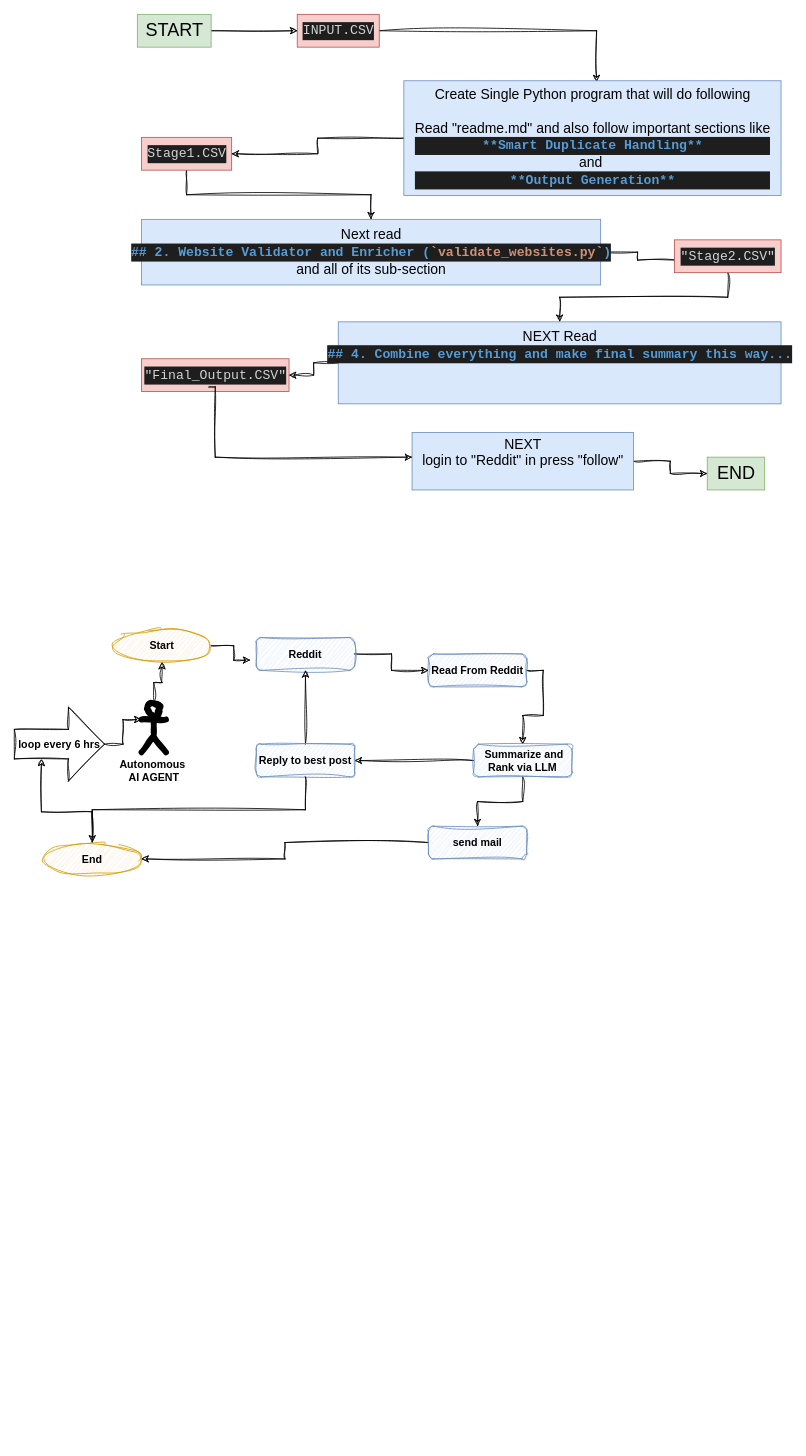
Above: tryPEN-Tool.drawio in anjali52deb/draw-io (draw.io), before the change. Source tidied: cells renumbered, new cells numbered last; positions are measured from the earlier drawing's top-left corner, leaving out a move shared by most shapes. Both pictures are drawn from the tidied source at 82%, with x=0, y=0 at pixel (14, 14).
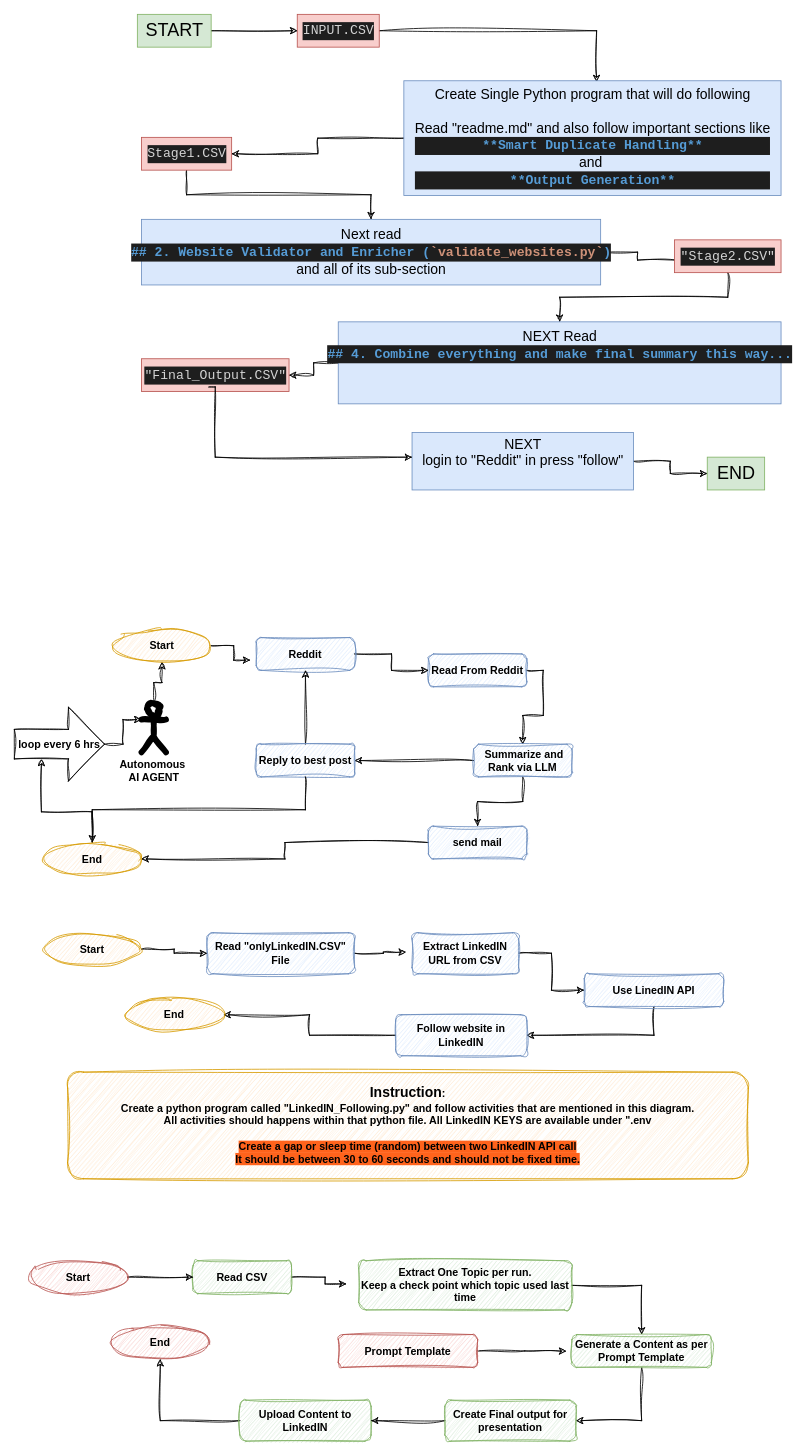
The same diagram, later.

The edit, as a diff of the source:
```diff
@@
+    <mxCell id="41" style="edgeStyle=orthogonalEdgeStyle;rounded=0;sketch=1;hachureGap=4;jiggle=2;curveFitting=1;jettySize=auto;html=1;fontFamily=Architects Daughter;entryX=-0.058;entryY=0.471;entryDx=0;entryDy=0;entryPerimeter=0;" parent="1" edge="1" source="42" target="45">
+      <mxGeometry relative="1" as="geometry" />
+    </mxCell>
+    <mxCell id="42" value="Read &quot;onlyLinkedIN.CSV&quot; File" style="rounded=1;whiteSpace=wrap;html=1;sketch=1;hachureGap=4;jiggle=2;curveFitting=1;fontFamily=Helvetica;fontSize=13;fontStyle=1;fillColor=#dae8fc;strokeColor=#6c8ebf;" parent="1" vertex="1">
+      <mxGeometry x="235" y="1120" width="180" height="50" as="geometry" />
+    </mxCell>
+    <mxCell id="43" style="edgeStyle=orthogonalEdgeStyle;rounded=0;sketch=1;hachureGap=4;jiggle=2;curveFitting=1;jettySize=auto;html=1;fontFamily=Architects Daughter;exitX=0.5;exitY=1;exitDx=0;exitDy=0;entryX=1;entryY=0.5;entryDx=0;entryDy=0;" parent="1" edge="1" source="51" target="47">
+      <mxGeometry relative="1" as="geometry" />
+    </mxCell>
+    <mxCell id="44" style="edgeStyle=orthogonalEdgeStyle;rounded=0;sketch=1;hachureGap=4;jiggle=2;curveFitting=1;jettySize=auto;html=1;fontFamily=Architects Daughter;" parent="1" edge="1" source="45" target="51">
+      <mxGeometry relative="1" as="geometry" />
+    </mxCell>
+    <mxCell id="45" value="Extract LinkedIN URL from CSV" style="rounded=1;whiteSpace=wrap;html=1;sketch=1;hachureGap=4;jiggle=2;curveFitting=1;fontFamily=Helvetica;fontSize=13;fontStyle=1;fillColor=#dae8fc;strokeColor=#6c8ebf;" parent="1" vertex="1">
+      <mxGeometry x="485" y="1120" width="130" height="50" as="geometry" />
+    </mxCell>
+    <mxCell id="46" style="edgeStyle=orthogonalEdgeStyle;rounded=0;sketch=1;hachureGap=4;jiggle=2;curveFitting=1;jettySize=auto;html=1;fontFamily=Architects Daughter;" parent="1" edge="1" source="47" target="50">
+      <mxGeometry relative="1" as="geometry" />
+    </mxCell>
+    <mxCell id="47" value="Follow website in LinkedIN" style="rounded=1;whiteSpace=wrap;html=1;sketch=1;hachureGap=4;jiggle=2;curveFitting=1;fontFamily=Helvetica;fontSize=13;fontStyle=1;fillColor=#dae8fc;strokeColor=#6c8ebf;" parent="1" vertex="1">
+      <mxGeometry x="465" y="1220" width="160" height="50" as="geometry" />
+    </mxCell>
+    <mxCell id="48" style="edgeStyle=orthogonalEdgeStyle;rounded=0;sketch=1;hachureGap=4;jiggle=2;curveFitting=1;jettySize=auto;html=1;fontFamily=Architects Daughter;" parent="1" edge="1" source="49" target="42">
+      <mxGeometry relative="1" as="geometry" />
+    </mxCell>
+    <mxCell id="49" value="Start" style="ellipse;whiteSpace=wrap;html=1;sketch=1;hachureGap=4;jiggle=2;curveFitting=1;fontFamily=Helvetica;fontSize=13;fontStyle=1;fillColor=#ffe6cc;strokeColor=#d79b00;" parent="1" vertex="1">
+      <mxGeometry x="35" y="1120" width="120" height="40" as="geometry" />
+    </mxCell>
+    <mxCell id="50" value="End" style="ellipse;whiteSpace=wrap;html=1;sketch=1;hachureGap=4;jiggle=2;curveFitting=1;fontFamily=Helvetica;fontSize=13;fontStyle=1;fillColor=#ffe6cc;strokeColor=#d79b00;" parent="1" vertex="1">
+      <mxGeometry x="135" y="1200" width="120" height="40" as="geometry" />
+    </mxCell>
+    <mxCell id="51" value="Use LinedIN API" style="rounded=1;whiteSpace=wrap;html=1;sketch=1;hachureGap=4;jiggle=2;curveFitting=1;fontFamily=Helvetica;fontSize=13;fontStyle=1;fillColor=#dae8fc;strokeColor=#6c8ebf;" parent="1" vertex="1">
+      <mxGeometry x="695" y="1170" width="170" height="40" as="geometry" />
+    </mxCell>
+    <mxCell id="52" value="&lt;div&gt;&lt;font style=&quot;font-size: 17px;&quot;&gt;Instruction&lt;/font&gt;:&lt;/div&gt;&lt;div&gt;Create a python program called &quot;LinkedIN_Following.py&quot; and follow activities that are mentioned in this diagram.&lt;/div&gt;&lt;div&gt;All activities should happens within that python file. All LinkedIN KEYS are available under &quot;.env&lt;/div&gt;&lt;div&gt;&lt;span style=&quot;background-color: light-dark(#ffffff, var(--ge-dark-color, #121212)); color: rgb(0, 0, 0);&quot;&gt;&lt;br&gt;&lt;/span&gt;&lt;/div&gt;&lt;div&gt;&lt;span style=&quot;color: rgb(0, 0, 0); background-color: rgb(255, 99, 28);&quot;&gt;Create a gap or sleep time (random) between two LinkedIN API call&lt;br&gt;It should be between 30 to 60 seconds and should not be fixed time.&lt;/span&gt;&lt;/div&gt;" style="rounded=1;whiteSpace=wrap;html=1;sketch=1;hachureGap=4;jiggle=2;curveFitting=1;fontFamily=Helvetica;fontSize=13;fontStyle=1;fillColor=#ffe6cc;strokeColor=#d79b00;" parent="1" vertex="1">
+      <mxGeometry x="65" y="1290" width="830" height="130" as="geometry" />
+    </mxCell>
+    <mxCell id="53" style="edgeStyle=orthogonalEdgeStyle;rounded=0;sketch=1;hachureGap=4;jiggle=2;curveFitting=1;jettySize=auto;html=1;fontFamily=Architects Daughter;entryX=-0.058;entryY=0.471;entryDx=0;entryDy=0;entryPerimeter=0;" parent="1" edge="1" source="54" target="57">
+      <mxGeometry relative="1" as="geometry" />
+    </mxCell>
+    <mxCell id="54" value="Read CSV" style="rounded=1;whiteSpace=wrap;html=1;sketch=1;hachureGap=4;jiggle=2;curveFitting=1;fontFamily=Helvetica;fontSize=13;fontStyle=1;fillColor=#d5e8d4;strokeColor=#82b366;" parent="1" vertex="1">
+      <mxGeometry x="218" y="1520" width="120" height="40" as="geometry" />
+    </mxCell>
+    <mxCell id="55" style="edgeStyle=orthogonalEdgeStyle;rounded=0;sketch=1;hachureGap=4;jiggle=2;curveFitting=1;jettySize=auto;html=1;fontFamily=Architects Daughter;exitX=0.5;exitY=1;exitDx=0;exitDy=0;entryX=1;entryY=0.5;entryDx=0;entryDy=0;" parent="1" edge="1" source="63" target="65">
+      <mxGeometry relative="1" as="geometry" />
+    </mxCell>
+    <mxCell id="56" style="edgeStyle=orthogonalEdgeStyle;rounded=0;sketch=1;hachureGap=4;jiggle=2;curveFitting=1;jettySize=auto;html=1;fontFamily=Architects Daughter;exitX=1;exitY=0.5;exitDx=0;exitDy=0;" parent="1" edge="1" source="57" target="63">
+      <mxGeometry relative="1" as="geometry" />
+    </mxCell>
+    <mxCell id="57" value="Extract One Topic per run.&lt;br&gt;Keep a check point which topic used last time" style="rounded=1;whiteSpace=wrap;html=1;sketch=1;hachureGap=4;jiggle=2;curveFitting=1;fontFamily=Helvetica;fontSize=13;fontStyle=1;fillColor=#d5e8d4;strokeColor=#82b366;" parent="1" vertex="1">
+      <mxGeometry x="420" y="1520" width="260" height="60" as="geometry" />
+    </mxCell>
+    <mxCell id="58" style="edgeStyle=orthogonalEdgeStyle;rounded=0;sketch=1;hachureGap=4;jiggle=2;curveFitting=1;jettySize=auto;html=1;fontFamily=Architects Daughter;" parent="1" edge="1" source="59" target="62">
+      <mxGeometry relative="1" as="geometry" />
+    </mxCell>
+    <mxCell id="59" value="Upload Content to LinkedIN" style="rounded=1;whiteSpace=wrap;html=1;sketch=1;hachureGap=4;jiggle=2;curveFitting=1;fontFamily=Helvetica;fontSize=13;fontStyle=1;fillColor=#d5e8d4;strokeColor=#82b366;" parent="1" vertex="1">
+      <mxGeometry x="275" y="1690" width="160" height="50" as="geometry" />
+    </mxCell>
+    <mxCell id="60" style="edgeStyle=orthogonalEdgeStyle;rounded=0;sketch=1;hachureGap=4;jiggle=2;curveFitting=1;jettySize=auto;html=1;fontFamily=Architects Daughter;" parent="1" edge="1" source="61" target="54">
+      <mxGeometry relative="1" as="geometry" />
+    </mxCell>
+    <mxCell id="61" value="Start" style="ellipse;whiteSpace=wrap;html=1;sketch=1;hachureGap=4;jiggle=2;curveFitting=1;fontFamily=Helvetica;fontSize=13;fontStyle=1;fillColor=#f8cecc;strokeColor=#b85450;" parent="1" vertex="1">
+      <mxGeometry x="18" y="1520" width="120" height="40" as="geometry" />
+    </mxCell>
+    <mxCell id="62" value="End" style="ellipse;whiteSpace=wrap;html=1;sketch=1;hachureGap=4;jiggle=2;curveFitting=1;fontFamily=Helvetica;fontSize=13;fontStyle=1;fillColor=#f8cecc;strokeColor=#b85450;" parent="1" vertex="1">
+      <mxGeometry x="118" y="1600" width="120" height="40" as="geometry" />
+    </mxCell>
+    <mxCell id="63" value="Generate a Content as per Prompt Template" style="rounded=1;whiteSpace=wrap;html=1;sketch=1;hachureGap=4;jiggle=2;curveFitting=1;fontFamily=Helvetica;fontSize=13;fontStyle=1;fillColor=#d5e8d4;strokeColor=#82b366;" parent="1" vertex="1">
+      <mxGeometry x="680" y="1610" width="170" height="40" as="geometry" />
+    </mxCell>
+    <mxCell id="64" style="edgeStyle=orthogonalEdgeStyle;rounded=0;sketch=1;hachureGap=4;jiggle=2;curveFitting=1;jettySize=auto;html=1;fontFamily=Architects Daughter;" parent="1" edge="1" source="65" target="59">
+      <mxGeometry relative="1" as="geometry" />
+    </mxCell>
+    <mxCell id="65" value="Create Final output for presentation" style="rounded=1;whiteSpace=wrap;html=1;sketch=1;hachureGap=4;jiggle=2;curveFitting=1;fontFamily=Helvetica;fontSize=13;fontStyle=1;fillColor=#d5e8d4;strokeColor=#82b366;" parent="1" vertex="1">
+      <mxGeometry x="525" y="1690" width="160" height="50" as="geometry" />
+    </mxCell>
+    <mxCell id="66" style="edgeStyle=orthogonalEdgeStyle;rounded=0;sketch=1;hachureGap=4;jiggle=2;curveFitting=1;jettySize=auto;html=1;fontFamily=Architects Daughter;entryX=-0.041;entryY=0.507;entryDx=0;entryDy=0;entryPerimeter=0;" parent="1" edge="1" source="67" target="63">
+      <mxGeometry relative="1" as="geometry" />
+    </mxCell>
+    <mxCell id="67" value="Prompt Template" style="rounded=1;whiteSpace=wrap;html=1;sketch=1;hachureGap=4;jiggle=2;curveFitting=1;fontFamily=Helvetica;fontSize=13;fontStyle=1;fillColor=#f8cecc;strokeColor=#b85450;" parent="1" vertex="1">
+      <mxGeometry x="395" y="1610" width="170" height="40" as="geometry" />
+    </mxCell>
```
